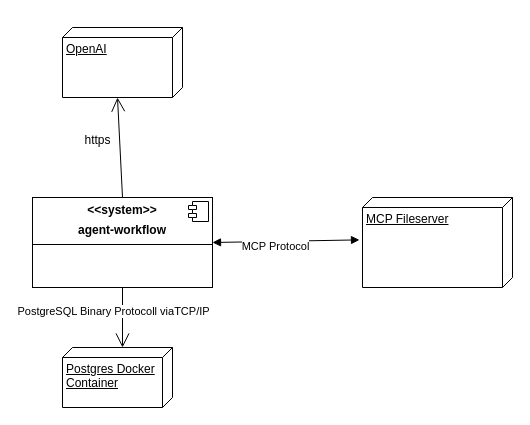
This is architecture/technical-system-context.drawio from FrancisAO/agent-workflow, a draw.io file, before an edit. Source tidied: cells renumbered, new cells numbered last; positions are measured from the earlier drawing's top-left corner, leaving out a move shared by most shapes. Both pictures are drawn from the tidied source at 100%, with x=0, y=0 at pixel (32, 27).
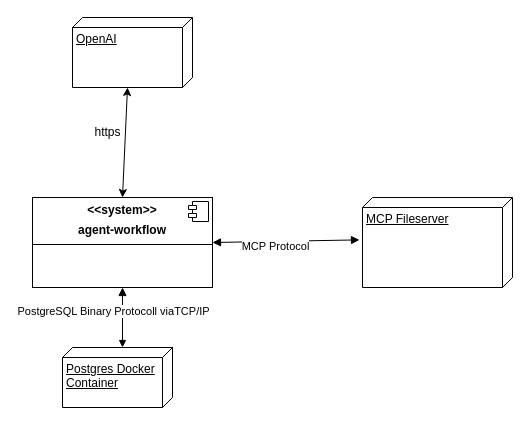
The same page after the edit.

What changed in the source:
```diff
@@
 <mxGraphModel>
   <root>
     <mxCell id="0" />
     <mxCell id="1" parent="0" />
     <mxCell id="2" value="&lt;p style=&quot;margin:0px;margin-top:6px;text-align:center;&quot;&gt;&lt;b&gt;&amp;lt;&amp;lt;system&amp;gt;&amp;gt;&lt;/b&gt;&lt;/p&gt;&lt;p style=&quot;margin:0px;margin-top:6px;text-align:center;&quot;&gt;&lt;b&gt;agent-workflow&lt;/b&gt;&lt;/p&gt;&lt;hr size=&quot;1&quot; style=&quot;border-style:solid;&quot;&gt;" style="align=left;overflow=fill;html=1;whiteSpace=wrap;" parent="1" vertex="1">
       <mxGeometry y="170" width="180" height="90" as="geometry" />
     </mxCell>
     <mxCell id="3" style="shape=component;jettyWidth=8;jettyHeight=4;" parent="2" vertex="1">
       <mxGeometry x="1" width="20" height="20" relative="1" as="geometry">
         <mxPoint x="-24" y="4" as="offset" />
       </mxGeometry>
     </mxCell>
     <mxCell id="4" value="MCP Fileserver" style="verticalAlign=top;align=left;spacingTop=8;spacingLeft=2;spacingRight=12;shape=cube;size=10;direction=south;fontStyle=4;html=1;whiteSpace=wrap;" parent="1" vertex="1">
       <mxGeometry x="330" y="170" width="150" height="90" as="geometry" />
     </mxCell>
     <mxCell id="5" style="endArrow=block;startArrow=block;endFill=1;startFill=1;html=1;rounded=0;exitX=1;exitY=0.5;exitDx=0;exitDy=0;entryX=0.471;entryY=1.02;entryDx=0;entryDy=0;entryPerimeter=0;" parent="1" edge="1" source="2" target="4">
       <mxGeometry relative="1" as="geometry" />
     </mxCell>
     <mxCell id="6" value="MCP Protocol" style="edgeLabel;html=1;align=center;verticalAlign=middle;" parent="5" vertex="1">
       <mxGeometry x="-0.15" y="-5" relative="1" as="geometry" />
     </mxCell>
     <mxCell id="7" value="OpenAI" style="verticalAlign=top;align=left;spacingTop=8;spacingLeft=2;spacingRight=12;shape=cube;size=10;direction=south;fontStyle=4;html=1;whiteSpace=wrap;" parent="1" vertex="1">
-      <mxGeometry x="30" width="120" height="70" as="geometry" />
+      <mxGeometry x="40" y="-10" width="120" height="70" as="geometry" />
     </mxCell>
-    <mxCell id="8" style="endArrow=open;endFill=1;endSize=12;html=1;rounded=0;entryX=0;entryY=0;entryDx=70;entryDy=65;entryPerimeter=0;exitX=0.5;exitY=0;exitDx=0;exitDy=0;" parent="1" edge="1" source="2" target="7">
-      <mxGeometry relative="1" as="geometry" />
-    </mxCell>
-    <mxCell id="9" style="endArrow=open;endFill=1;endSize=12;html=1;rounded=0;exitX=0.5;exitY=1;exitDx=0;exitDy=0;entryX=0;entryY=0;entryDx=0;entryDy=50;entryPerimeter=0;" parent="1" edge="1" source="2" target="12">
+    <mxCell id="9" style="endArrow=block;endFill=1;endSize=5;html=1;rounded=0;exitX=0.5;exitY=1;exitDx=0;exitDy=0;entryX=0;entryY=0;entryDx=0;entryDy=50;entryPerimeter=0;startArrow=block;startFill=1;" parent="1" edge="1" source="2" target="12">
       <mxGeometry relative="1" as="geometry" />
     </mxCell>
     <mxCell id="10" value="PostgreSQL Binary Protocoll viaTCP/IP" style="edgeLabel;html=1;align=center;verticalAlign=middle;" parent="9" vertex="1">
       <mxGeometry x="-0.23" y="-3" relative="1" as="geometry">
         <mxPoint x="-7" as="offset" />
       </mxGeometry>
     </mxCell>
     <mxCell id="11" value="https" style="text;html=1;align=center;verticalAlign=middle;strokeColor=none;fillColor=none;" parent="1" vertex="1">
-      <mxGeometry x="40" y="98" width="50" height="30" as="geometry" />
+      <mxGeometry x="50" y="90" width="50" height="30" as="geometry" />
     </mxCell>
     <mxCell id="12" value="Postgres Docker Container" style="verticalAlign=top;align=left;spacingTop=8;spacingLeft=2;spacingRight=12;shape=cube;size=10;direction=south;fontStyle=4;html=1;whiteSpace=wrap;" parent="1" vertex="1">
       <mxGeometry x="30" y="320" width="110" height="60" as="geometry" />
     </mxCell>
+    <mxCell id="8" style="endArrow=classic;startArrow=classic;html=1;rounded=0;entryX=0;entryY=0;entryDx=70;entryDy=65;entryPerimeter=0;exitX=0.5;exitY=0;exitDx=0;exitDy=0;" parent="1" edge="1" source="2" target="7">
+      <mxGeometry relative="1" as="geometry" />
+    </mxCell>
   </root>
 </mxGraphModel>
```
